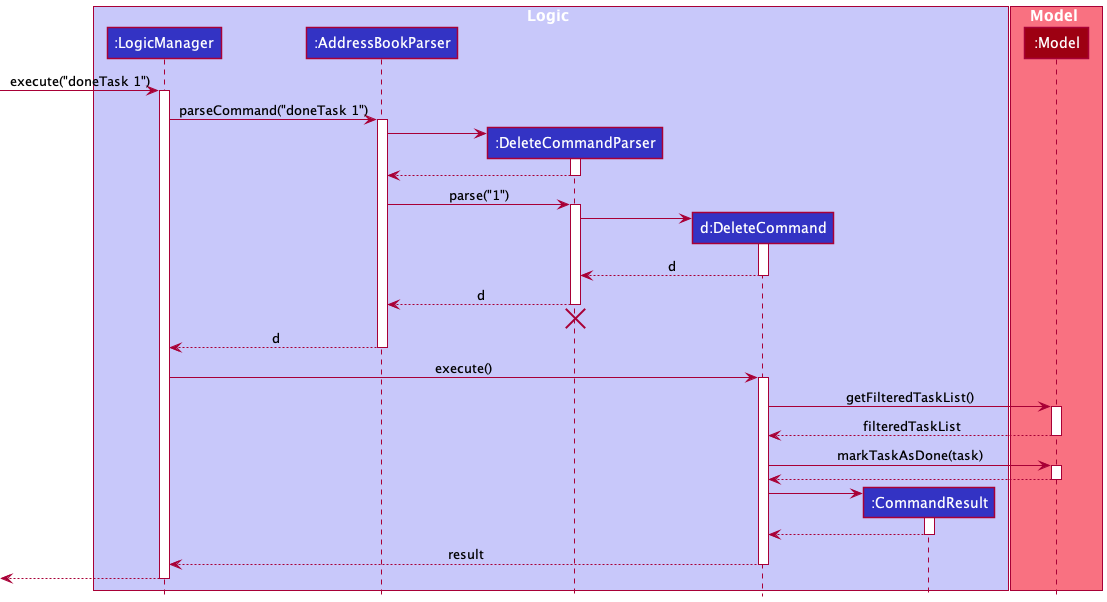
Above: docs/images/DoneTaskSequenceDiagram.png in tsy24/tp (PlantUML), before the change. Source of this version:
```plantuml
@startuml
!include style.puml

box Logic LOGIC_COLOR_T1
participant ":LogicManager" as LogicManager LOGIC_COLOR
participant ":AddressBookParser" as AddressBookParser LOGIC_COLOR
participant ":DeleteCommandParser" as DoneTaskCommandParser LOGIC_COLOR
participant "d:DeleteCommand" as DoneTaskCommand LOGIC_COLOR
participant ":CommandResult" as CommandResult LOGIC_COLOR
end box

box Model MODEL_COLOR_T1
participant ":Model" as Model MODEL_COLOR
end box

[-> LogicManager : execute("doneTask 1")
activate LogicManager

LogicManager -> AddressBookParser : parseCommand("doneTask 1")
activate AddressBookParser

create DoneTaskCommandParser
AddressBookParser -> DoneTaskCommandParser
activate DoneTaskCommandParser

DoneTaskCommandParser --> AddressBookParser
deactivate DoneTaskCommandParser

AddressBookParser -> DoneTaskCommandParser : parse("1")
activate DoneTaskCommandParser

create DoneTaskCommand
DoneTaskCommandParser -> DoneTaskCommand
activate DoneTaskCommand

DoneTaskCommand --> DoneTaskCommandParser : d
deactivate DoneTaskCommand

DoneTaskCommandParser --> AddressBookParser : d
deactivate DoneTaskCommandParser
DoneTaskCommandParser -[hidden]-> AddressBookParser
destroy DoneTaskCommandParser

AddressBookParser --> LogicManager : d
deactivate AddressBookParser

LogicManager -> DoneTaskCommand : execute()
activate DoneTaskCommand

DoneTaskCommand -> Model : getFilteredTaskList()
activate Model

Model --> DoneTaskCommand : filteredTaskList
deactivate Model

DoneTaskCommand -> Model : markTaskAsDone(task)
activate Model

Model --> DoneTaskCommand
deactivate Model

create CommandResult
DoneTaskCommand -> CommandResult
activate CommandResult

CommandResult --> DoneTaskCommand
deactivate CommandResult

DoneTaskCommand --> LogicManager : result
deactivate DoneTaskCommand

[<--LogicManager
deactivate LogicManager
@enduml
```
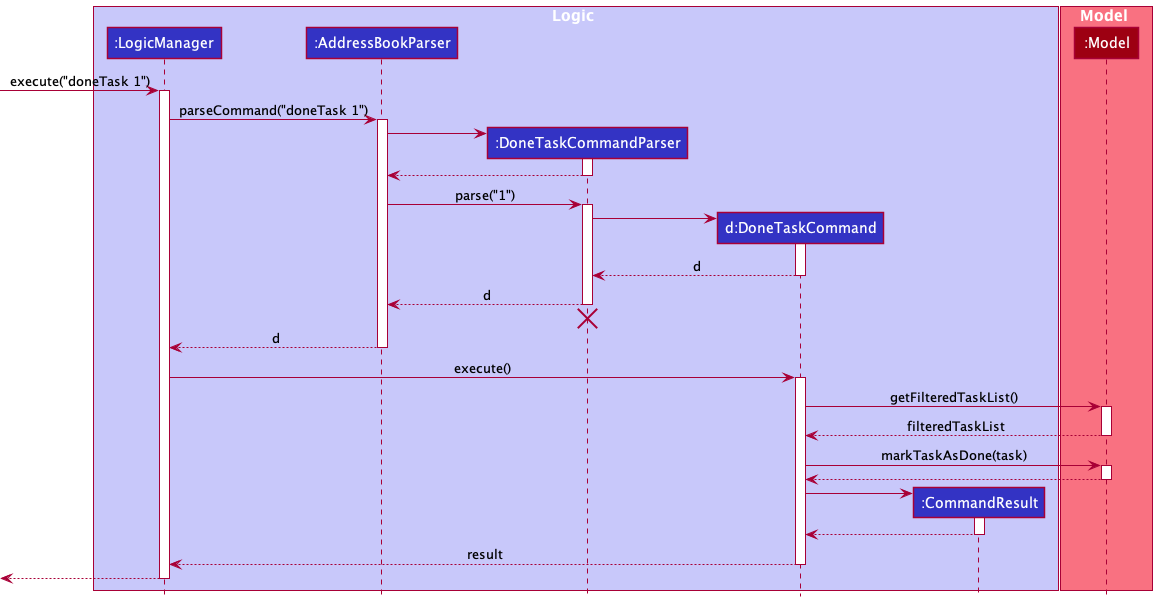
After the commit.

Commit message:
Fix sequence diagram for doneTask

Change to the diagram source:
```diff
@@ -4,8 +4,8 @@
 box Logic LOGIC_COLOR_T1
 participant ":LogicManager" as LogicManager LOGIC_COLOR
 participant ":AddressBookParser" as AddressBookParser LOGIC_COLOR
-participant ":DeleteCommandParser" as DoneTaskCommandParser LOGIC_COLOR
-participant "d:DeleteCommand" as DoneTaskCommand LOGIC_COLOR
+participant ":DoneTaskCommandParser" as DoneTaskCommandParser LOGIC_COLOR
+participant "d:DoneTaskCommand" as DoneTaskCommand LOGIC_COLOR
 participant ":CommandResult" as CommandResult LOGIC_COLOR
 end box
 
```
